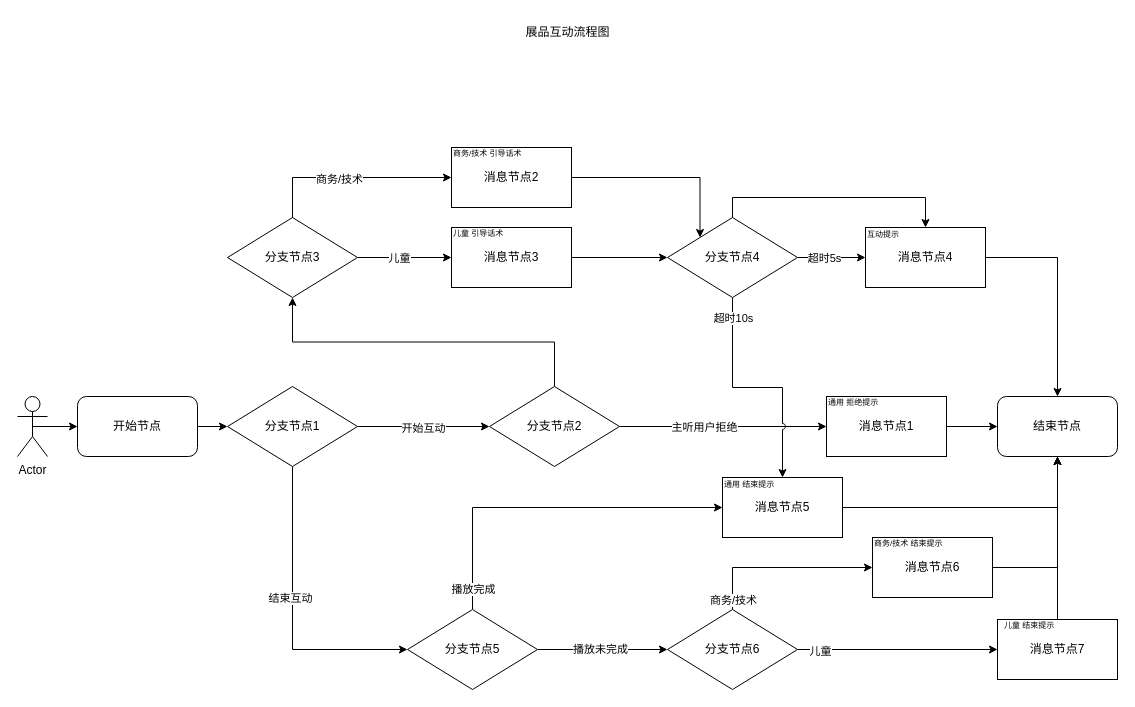
Earlier version of the draw.io diagram 7.展品互动.drawio (huaxiaojilzg/workflow_draw). Source tidied: cells renumbered, new cells numbered last; positions are measured from the earlier drawing's top-left corner, leaving out a move shared by most shapes. Both pictures are drawn from the tidied source at 100%, with x=0, y=0 at pixel (17, 17).
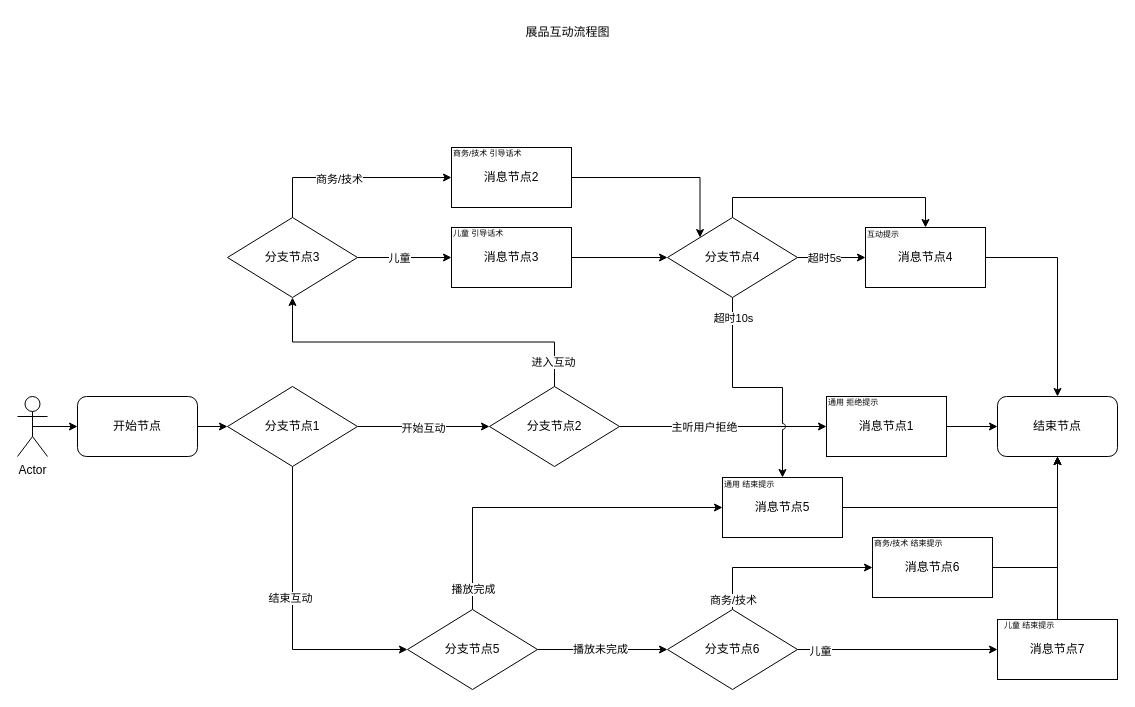
Above is the later version.

Commit message:
更新7.展品互动.drawio

Unchanged cells that the change refers to:
```xml
<mxCell id="8" style="edgeStyle=orthogonalEdgeStyle;rounded=0;jettySize=auto;html=1;exitX=0.5;exitY=0;exitDx=0;exitDy=0;entryX=0.5;entryY=1;entryDx=0;entryDy=0;" parent="1" edge="1" source="12" target="35">
  <mxGeometry relative="1" as="geometry" />
</mxCell>
```

What changed in the source:
```diff
@@
+    <mxCell id="59" value="进入互动" style="edgeLabel;html=1;align=center;verticalAlign=middle;" parent="8" vertex="1">
+      <mxGeometry x="-0.86" y="2" relative="1" as="geometry" />
+    </mxCell>
```
